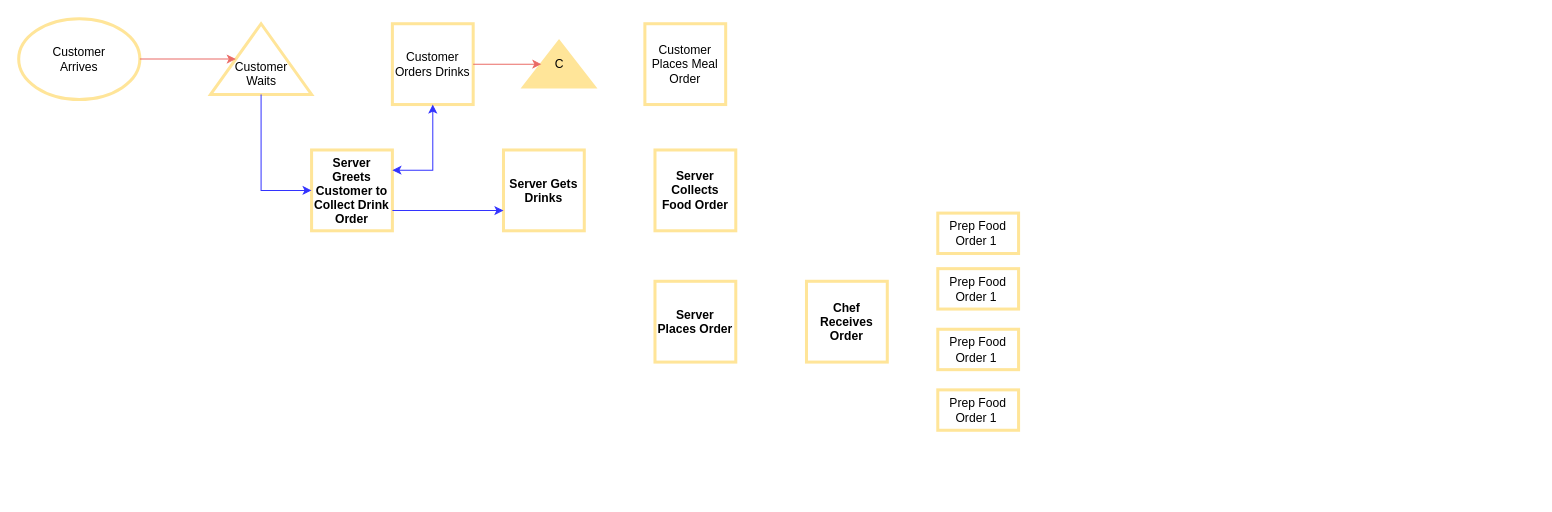
Earlier version of the draw.io diagram OliversDiner.drawio (FrankArchitect/MBA). Source tidied: cells renumbered, new cells numbered last; positions are measured from the earlier drawing's top-left corner, leaving out a move shared by most shapes. Both pictures are drawn from the tidied source at 101%, with x=0, y=0 at pixel (18, 18).
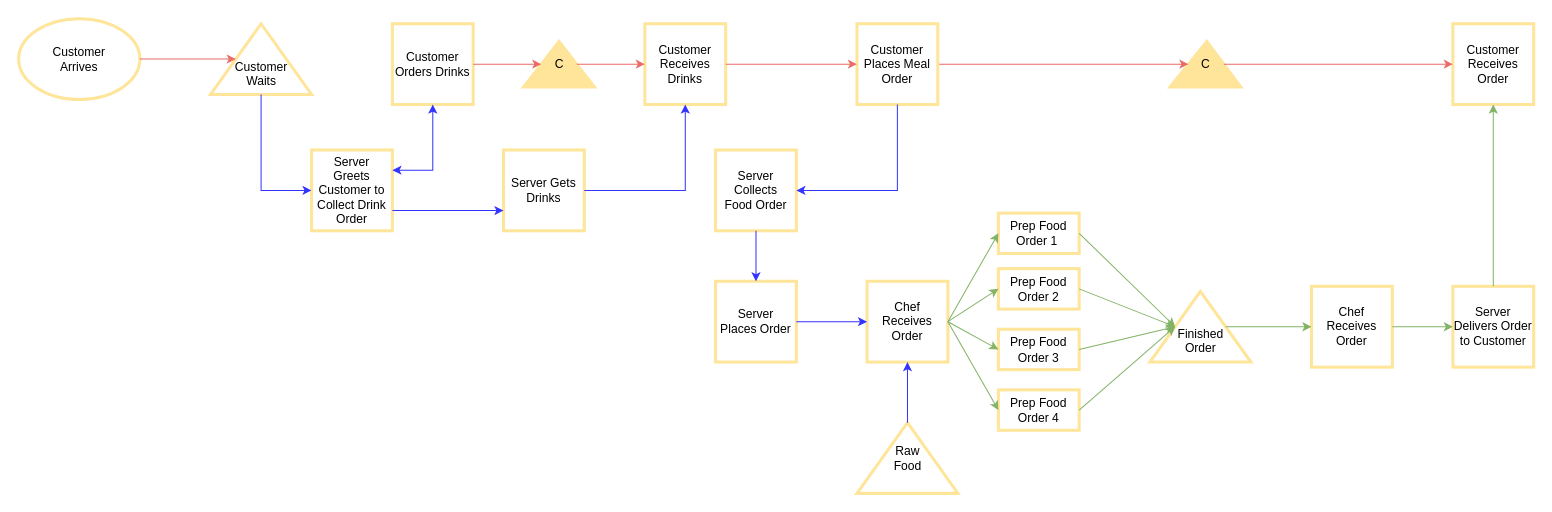
The same page after the edit.

Unchanged cells that the change refers to:
```xml
<mxCell id="5" value="Customer&lt;br&gt;Orders Drinks" style="whiteSpace=wrap;strokeColor=#FFE599;strokeWidth=3;html=1;" parent="1" vertex="1">
  <mxGeometry x="370" y="5" width="80" height="80" as="geometry" />
</mxCell>
```

The edit, as a diff of the source:
```diff
@@
-    <mxCell id="2" value="Customer&lt;br&gt;Arrives" style="ellipse;whiteSpace=wrap;html=1;strokeColor=#FFE599;strokeWidth=3;" parent="1" vertex="1">
+    <mxCell id="2" value="Customer&lt;br&gt;Arrives" style="ellipse;whiteSpace=wrap;strokeColor=#FFE599;strokeWidth=3;html=1;" parent="1" vertex="1">
       <mxGeometry width="120" height="80" as="geometry" />
     </mxCell>
-    <mxCell id="3" value="&lt;br&gt;&lt;br&gt;Customer&lt;br&gt;Waits" style="verticalLabelPosition=middle;verticalAlign=middle;html=1;shape=mxgraph.basic.acute_triangle;dx=0.5;strokeWidth=3;strokeColor=#FFE599;labelPosition=center;align=center;" parent="1" vertex="1">
+    <mxCell id="3" value="&lt;br&gt;&lt;br&gt;Customer&lt;br&gt;Waits" style="verticalLabelPosition=middle;verticalAlign=middle;shape=mxgraph.basic.acute_triangle;dx=0.5;strokeWidth=3;strokeColor=#FFE599;labelPosition=center;align=center;html=1;" parent="1" vertex="1">
       <mxGeometry x="190" y="5" width="100" height="70" as="geometry" />
     </mxCell>
-    <mxCell id="4" value="&lt;p style=&quot;line-height: normal ; margin: 0pt 0in ; text-indent: 0in ; direction: ltr ; unicode-bidi: embed ; vertical-align: baseline ; word-break: normal&quot;&gt;&lt;span style=&quot;font-size: 9pt ; font-family: &amp;#34;calibri&amp;#34; ; font-weight: bold ; vertical-align: baseline&quot;&gt;Server&lt;br/&gt;&lt;/span&gt;&lt;span style=&quot;font-size: 9pt ; font-family: &amp;#34;calibri&amp;#34; ; font-weight: bold&quot;&gt;Greets&lt;br/&gt;Customer to Collect Drink Order&lt;/span&gt;&lt;/p&gt;" style="whiteSpace=wrap;html=1;strokeColor=#FFE599;strokeWidth=3;" parent="1" vertex="1">
+    <mxCell id="4" value="Server&lt;br&gt;Greets&lt;br&gt;Customer to Collect Drink Order" style="whiteSpace=wrap;strokeColor=#FFE599;strokeWidth=3;html=1;" parent="1" vertex="1">
       <mxGeometry x="290" y="130" width="80" height="80" as="geometry" />
     </mxCell>
@@
-    <mxCell id="6" value="&lt;p style=&quot;line-height: normal ; margin: 0pt 0in ; text-indent: 0in ; direction: ltr ; unicode-bidi: embed ; vertical-align: baseline ; word-break: normal&quot;&gt;&lt;font face=&quot;calibri&quot;&gt;&lt;b&gt;Server Gets&lt;/b&gt;&lt;/font&gt;&lt;/p&gt;&lt;p style=&quot;line-height: normal ; margin: 0pt 0in ; text-indent: 0in ; direction: ltr ; unicode-bidi: embed ; vertical-align: baseline ; word-break: normal&quot;&gt;&lt;font face=&quot;calibri&quot;&gt;&lt;b&gt;Drinks&lt;/b&gt;&lt;/font&gt;&lt;/p&gt;" style="whiteSpace=wrap;html=1;strokeColor=#FFE599;strokeWidth=3;" parent="1" vertex="1">
+    <mxCell id="6" value="Server Gets&lt;br&gt;Drinks" style="whiteSpace=wrap;strokeColor=#FFE599;strokeWidth=3;html=1;" parent="1" vertex="1">
       <mxGeometry x="480" y="130" width="80" height="80" as="geometry" />
     </mxCell>
-    <mxCell id="7" style="endArrow=classic;html=1;rounded=0;strokeColor=#EA6B66;entryX=0;entryY=0;entryDx=25;entryDy=35;entryPerimeter=0;exitX=1;exitY=0.5;exitDx=0;exitDy=0;" parent="1" edge="1" source="2" target="3">
+    <mxCell id="7" style="endArrow=classic;rounded=0;strokeColor=#EA6B66;entryX=0;entryY=0;entryDx=25;entryDy=35;entryPerimeter=0;exitX=1;exitY=0.5;exitDx=0;exitDy=0;html=1;" parent="1" edge="1" source="2" target="3">
       <mxGeometry relative="1" as="geometry" />
     </mxCell>
-    <mxCell id="8" style="endArrow=classic;html=1;rounded=0;strokeColor=#3333FF;entryX=0;entryY=0.5;entryDx=0;entryDy=0;edgeStyle=orthogonalEdgeStyle;exitX=0.5;exitY=1;exitDx=0;exitDy=0;exitPerimeter=0;" parent="1" edge="1" source="3" target="4">
+    <mxCell id="8" style="endArrow=classic;rounded=0;strokeColor=#3333FF;entryX=0;entryY=0.5;entryDx=0;entryDy=0;edgeStyle=orthogonalEdgeStyle;exitX=0.5;exitY=1;exitDx=0;exitDy=0;exitPerimeter=0;html=1;" parent="1" edge="1" source="3" target="4">
       <mxGeometry relative="1" as="geometry" />
     </mxCell>
-    <mxCell id="9" style="endArrow=classic;html=1;rounded=0;strokeColor=#3333FF;entryX=1;entryY=0.25;entryDx=0;entryDy=0;edgeStyle=orthogonalEdgeStyle;exitX=0.5;exitY=1;exitDx=0;exitDy=0;startArrow=classic;startFill=1;" parent="1" edge="1" source="5" target="4">
+    <mxCell id="9" style="endArrow=classic;rounded=0;strokeColor=#3333FF;entryX=1;entryY=0.25;entryDx=0;entryDy=0;edgeStyle=orthogonalEdgeStyle;exitX=0.5;exitY=1;exitDx=0;exitDy=0;startArrow=classic;startFill=1;html=1;" parent="1" edge="1" source="5" target="4">
       <mxGeometry relative="1" as="geometry" />
     </mxCell>
-    <mxCell id="10" style="endArrow=classic;html=1;rounded=0;strokeColor=#3333FF;entryX=0;entryY=0.75;entryDx=0;entryDy=0;exitX=1;exitY=0.75;exitDx=0;exitDy=0;" parent="1" edge="1" source="4" target="6">
+    <mxCell id="10" style="endArrow=classic;rounded=0;strokeColor=#3333FF;entryX=0;entryY=0.75;entryDx=0;entryDy=0;exitX=1;exitY=0.75;exitDx=0;exitDy=0;html=1;" parent="1" edge="1" source="4" target="6">
       <mxGeometry relative="1" as="geometry" />
     </mxCell>
-    <mxCell id="11" value="C" style="verticalLabelPosition=middle;verticalAlign=middle;html=1;shape=mxgraph.basic.acute_triangle;dx=0.5;strokeWidth=3;strokeColor=#FFE599;labelPosition=center;align=center;fillColor=#FFE599;" parent="1" vertex="1">
+    <mxCell id="11" value="C" style="verticalLabelPosition=middle;verticalAlign=middle;shape=mxgraph.basic.acute_triangle;dx=0.5;strokeWidth=3;strokeColor=#FFE599;labelPosition=center;align=center;fillColor=#FFE599;html=1;" parent="1" vertex="1">
       <mxGeometry x="500" y="22.5" width="70" height="45" as="geometry" />
     </mxCell>
-    <mxCell id="12" style="endArrow=classic;html=1;rounded=0;strokeColor=#EA6B66;entryX=0;entryY=0;entryDx=17.5;entryDy=22.5;entryPerimeter=0;exitX=1;exitY=0.5;exitDx=0;exitDy=0;" parent="1" edge="1" source="5" target="11">
+    <mxCell id="12" style="endArrow=classic;rounded=0;strokeColor=#EA6B66;entryX=0;entryY=0;entryDx=17.5;entryDy=22.5;entryPerimeter=0;exitX=1;exitY=0.5;exitDx=0;exitDy=0;html=1;" parent="1" edge="1" source="5" target="11">
       <mxGeometry relative="1" as="geometry" />
     </mxCell>
-    <mxCell id="13" value="Customer&lt;br&gt;Places Meal Order" style="whiteSpace=wrap;strokeColor=#FFE599;strokeWidth=3;html=1;" parent="1" vertex="1">
+    <mxCell id="13" value="Customer&lt;br&gt;Receives Drinks" style="whiteSpace=wrap;strokeColor=#FFE599;strokeWidth=3;html=1;" parent="1" vertex="1">
       <mxGeometry x="620" y="5" width="80" height="80" as="geometry" />
     </mxCell>
-    <mxCell id="14" value="&lt;p style=&quot;margin-top: 0pt ; margin-bottom: 0pt ; margin-left: 0in ; direction: ltr ; unicode-bidi: embed ; vertical-align: baseline ; word-break: normal&quot;&gt;&lt;span style=&quot;font-size: 9pt ; font-family: &amp;#34;calibri&amp;#34; ; font-weight: bold ; vertical-align: baseline&quot;&gt;Server&lt;br/&gt;&lt;/span&gt;&lt;span style=&quot;font-size: 9pt ; font-family: &amp;#34;calibri&amp;#34; ; font-weight: bold&quot;&gt;Collects&lt;br/&gt;Food&amp;nbsp;Order&lt;/span&gt;&lt;/p&gt;" style="whiteSpace=wrap;strokeColor=#FFE599;strokeWidth=3;html=1;" parent="1" vertex="1">
-      <mxGeometry x="630" y="130" width="80" height="80" as="geometry" />
+    <mxCell id="14" value="Server&lt;br&gt;Collects&lt;br&gt;Food Order" style="whiteSpace=wrap;strokeColor=#FFE599;strokeWidth=3;html=1;" parent="1" vertex="1">
+      <mxGeometry x="690" y="130" width="80" height="80" as="geometry" />
     </mxCell>
-    <mxCell id="15" value="&lt;p style=&quot;line-height: normal ; margin: 0pt 0in ; text-indent: 0in ; direction: ltr ; unicode-bidi: embed ; vertical-align: baseline ; word-break: normal&quot;&gt;&lt;span style=&quot;font-size: 9pt ; font-family: &amp;#34;calibri&amp;#34; ; font-weight: bold ; vertical-align: baseline&quot;&gt;Server&lt;br/&gt;Places Order&lt;/span&gt;&lt;/p&gt;" style="whiteSpace=wrap;strokeColor=#FFE599;strokeWidth=3;html=1;" parent="1" vertex="1">
-      <mxGeometry x="630" y="260" width="80" height="80" as="geometry" />
+    <mxCell id="15" value="Server&lt;br&gt;Places Order" style="whiteSpace=wrap;strokeColor=#FFE599;strokeWidth=3;html=1;" parent="1" vertex="1">
+      <mxGeometry x="690" y="260" width="80" height="80" as="geometry" />
     </mxCell>
-    <mxCell id="16" value="&lt;p style=&quot;line-height: normal ; margin: 0pt 0in ; text-indent: 0in ; direction: ltr ; unicode-bidi: embed ; vertical-align: baseline ; word-break: normal&quot;&gt;&lt;span style=&quot;font-size: 9pt ; font-family: &amp;#34;calibri&amp;#34; ; font-weight: bold ; vertical-align: baseline&quot;&gt;Chef&lt;br/&gt;Receives Order&lt;/span&gt;&lt;/p&gt;" style="whiteSpace=wrap;strokeColor=#FFE599;strokeWidth=3;html=1;" parent="1" vertex="1">
-      <mxGeometry x="780" y="260" width="80" height="80" as="geometry" />
+    <mxCell id="16" value="Chef&lt;br&gt;Receives Order" style="whiteSpace=wrap;strokeColor=#FFE599;strokeWidth=3;html=1;" parent="1" vertex="1">
+      <mxGeometry x="840" y="260" width="80" height="80" as="geometry" />
     </mxCell>
     <mxCell id="17" value="Prep Food Order 1 " style="rounded=0;whiteSpace=wrap;strokeColor=#FFE599;strokeWidth=3;fillColor=none;html=1;" parent="1" vertex="1">
-      <mxGeometry x="910" y="192.5" width="80" height="40" as="geometry" />
+      <mxGeometry x="970" y="192.5" width="80" height="40" as="geometry" />
     </mxCell>
-    <mxCell id="18" value="Prep Food Order 1 " style="rounded=0;whiteSpace=wrap;strokeColor=#FFE599;strokeWidth=3;fillColor=none;html=1;" parent="1" vertex="1">
-      <mxGeometry x="910" y="247.5" width="80" height="40" as="geometry" />
+    <mxCell id="18" value="Prep Food Order 2" style="rounded=0;whiteSpace=wrap;strokeColor=#FFE599;strokeWidth=3;fillColor=none;html=1;" parent="1" vertex="1">
+      <mxGeometry x="970" y="247.5" width="80" height="40" as="geometry" />
     </mxCell>
-    <mxCell id="19" value="Prep Food Order 1 " style="rounded=0;whiteSpace=wrap;strokeColor=#FFE599;strokeWidth=3;fillColor=none;html=1;" parent="1" vertex="1">
-      <mxGeometry x="910" y="307.5" width="80" height="40" as="geometry" />
+    <mxCell id="19" value="Prep Food Order 3" style="rounded=0;whiteSpace=wrap;strokeColor=#FFE599;strokeWidth=3;fillColor=none;html=1;" parent="1" vertex="1">
+      <mxGeometry x="970" y="307.5" width="80" height="40" as="geometry" />
     </mxCell>
-    <mxCell id="20" value="Prep Food Order 1 " style="rounded=0;whiteSpace=wrap;strokeColor=#FFE599;strokeWidth=3;fillColor=none;html=1;" parent="1" vertex="1">
-      <mxGeometry x="910" y="367.5" width="80" height="40" as="geometry" />
+    <mxCell id="20" value="Prep Food Order 4" style="rounded=0;whiteSpace=wrap;strokeColor=#FFE599;strokeWidth=3;fillColor=none;html=1;" parent="1" vertex="1">
+      <mxGeometry x="970" y="367.5" width="80" height="40" as="geometry" />
     </mxCell>
+    <mxCell id="21" value="Raw&lt;br&gt;Food" style="verticalLabelPosition=middle;verticalAlign=middle;shape=mxgraph.basic.acute_triangle;dx=0.5;strokeWidth=3;strokeColor=#FFE599;labelPosition=center;align=center;html=1;" parent="1" vertex="1">
+      <mxGeometry x="830" y="400" width="100" height="70" as="geometry" />
+    </mxCell>
+    <mxCell id="22" value="&lt;br&gt;&lt;br&gt;Finished&lt;br&gt;Order" style="verticalLabelPosition=middle;verticalAlign=middle;shape=mxgraph.basic.acute_triangle;dx=0.5;strokeWidth=3;strokeColor=#FFE599;labelPosition=center;align=center;html=1;" parent="1" vertex="1">
+      <mxGeometry x="1120" y="270" width="100" height="70" as="geometry" />
+    </mxCell>
+    <mxCell id="23" value="Chef&lt;br&gt;Receives Order" style="whiteSpace=wrap;strokeColor=#FFE599;strokeWidth=3;html=1;" parent="1" vertex="1">
+      <mxGeometry x="1280" y="265" width="80" height="80" as="geometry" />
+    </mxCell>
+    <mxCell id="24" value="Server&lt;br&gt;Delivers Order to Customer" style="whiteSpace=wrap;strokeColor=#FFE599;strokeWidth=3;html=1;" parent="1" vertex="1">
+      <mxGeometry x="1420" y="265" width="80" height="80" as="geometry" />
+    </mxCell>
+    <mxCell id="25" style="endArrow=classic;rounded=0;strokeColor=#EA6B66;entryX=0;entryY=0.5;entryDx=0;entryDy=0;exitX=0;exitY=0;exitDx=52.5;exitDy=22.5;exitPerimeter=0;html=1;" parent="1" edge="1" source="11" target="13">
+      <mxGeometry relative="1" as="geometry" />
+    </mxCell>
+    <mxCell id="26" value="C" style="verticalLabelPosition=middle;verticalAlign=middle;shape=mxgraph.basic.acute_triangle;dx=0.52;strokeWidth=3;strokeColor=#FFE599;labelPosition=center;align=center;fillColor=#FFE599;html=1;" parent="1" vertex="1">
+      <mxGeometry x="1140" y="22.5" width="70" height="45" as="geometry" />
+    </mxCell>
+    <mxCell id="27" style="endArrow=classic;rounded=0;strokeColor=#EA6B66;entryX=0;entryY=0;entryDx=18.2;entryDy=22.5;entryPerimeter=0;exitX=1;exitY=0.5;exitDx=0;exitDy=0;html=1;" parent="1" edge="1" source="30" target="26">
+      <mxGeometry relative="1" as="geometry" />
+    </mxCell>
+    <mxCell id="28" value="Customer&lt;br&gt;Receives&lt;br&gt;Order" style="whiteSpace=wrap;strokeColor=#FFE599;strokeWidth=3;html=1;" parent="1" vertex="1">
+      <mxGeometry x="1420" y="5" width="80" height="80" as="geometry" />
+    </mxCell>
+    <mxCell id="29" style="endArrow=classic;rounded=0;strokeColor=#3333FF;entryX=0.5;entryY=1;entryDx=0;entryDy=0;edgeStyle=orthogonalEdgeStyle;exitX=1;exitY=0.5;exitDx=0;exitDy=0;html=1;" parent="1" edge="1" source="6" target="13">
+      <mxGeometry relative="1" as="geometry">
+        <Array as="points">
+          <mxPoint x="660" y="170" />
+        </Array>
+      </mxGeometry>
+    </mxCell>
+    <mxCell id="30" value="Customer&lt;br&gt;Places Meal Order" style="whiteSpace=wrap;strokeColor=#FFE599;strokeWidth=3;html=1;" parent="1" vertex="1">
+      <mxGeometry x="830" y="5" width="80" height="80" as="geometry" />
+    </mxCell>
+    <mxCell id="31" style="endArrow=classic;rounded=0;strokeColor=#EA6B66;entryX=0;entryY=0.5;entryDx=0;entryDy=0;exitX=1;exitY=0.5;exitDx=0;exitDy=0;html=1;" parent="1" edge="1" source="13" target="30">
+      <mxGeometry relative="1" as="geometry" />
+    </mxCell>
+    <mxCell id="32" style="endArrow=classic;rounded=0;strokeColor=#EA6B66;entryX=0;entryY=0.5;entryDx=0;entryDy=0;exitX=0;exitY=0;exitDx=53.2;exitDy=22.5;exitPerimeter=0;html=1;" parent="1" edge="1" source="26" target="28">
+      <mxGeometry relative="1" as="geometry" />
+    </mxCell>
+    <mxCell id="33" style="endArrow=classic;rounded=0;strokeColor=#3333FF;exitX=0.5;exitY=1;exitDx=0;exitDy=0;entryX=1;entryY=0.5;entryDx=0;entryDy=0;edgeStyle=orthogonalEdgeStyle;html=1;" parent="1" edge="1" source="30" target="14">
+      <mxGeometry relative="1" as="geometry" />
+    </mxCell>
+    <mxCell id="34" style="endArrow=classic;rounded=0;strokeColor=#3333FF;entryX=0.5;entryY=0;entryDx=0;entryDy=0;exitX=0.5;exitY=1;exitDx=0;exitDy=0;html=1;" parent="1" edge="1" source="14" target="15">
+      <mxGeometry relative="1" as="geometry" />
+    </mxCell>
+    <mxCell id="35" style="endArrow=classic;rounded=0;strokeColor=#3333FF;exitX=1;exitY=0.5;exitDx=0;exitDy=0;entryX=0;entryY=0.5;entryDx=0;entryDy=0;html=1;" parent="1" edge="1" source="15" target="16">
+      <mxGeometry relative="1" as="geometry" />
+    </mxCell>
+    <mxCell id="36" style="endArrow=classic;rounded=0;strokeColor=#3333FF;entryX=0.5;entryY=1;entryDx=0;entryDy=0;html=1;" parent="1" edge="1" source="21" target="16">
+      <mxGeometry relative="1" as="geometry" />
+    </mxCell>
+    <mxCell id="37" style="endArrow=classic;rounded=0;strokeColor=#82b366;exitX=1;exitY=0.5;exitDx=0;exitDy=0;entryX=0;entryY=0.5;entryDx=0;entryDy=0;fillColor=#d5e8d4;html=1;" parent="1" edge="1" source="16" target="17">
+      <mxGeometry relative="1" as="geometry" />
+    </mxCell>
+    <mxCell id="38" style="endArrow=classic;rounded=0;strokeColor=#82b366;entryX=0;entryY=0.5;entryDx=0;entryDy=0;fillColor=#d5e8d4;html=1;" parent="1" edge="1" target="18">
+      <mxGeometry relative="1" as="geometry">
+        <mxPoint x="920" y="300" as="sourcePoint" />
+      </mxGeometry>
+    </mxCell>
+    <mxCell id="39" style="endArrow=classic;rounded=0;strokeColor=#82b366;entryX=0;entryY=0.5;entryDx=0;entryDy=0;fillColor=#d5e8d4;html=1;" parent="1" edge="1" target="19">
+      <mxGeometry relative="1" as="geometry">
+        <mxPoint x="920" y="300" as="sourcePoint" />
+      </mxGeometry>
+    </mxCell>
+    <mxCell id="40" style="endArrow=classic;rounded=0;strokeColor=#82b366;entryX=0;entryY=0.5;entryDx=0;entryDy=0;fillColor=#d5e8d4;html=1;" parent="1" edge="1" target="20">
+      <mxGeometry relative="1" as="geometry">
+        <mxPoint x="920" y="300" as="sourcePoint" />
+      </mxGeometry>
+    </mxCell>
+    <mxCell id="41" style="endArrow=classic;rounded=0;strokeColor=#82b366;exitX=1;exitY=0.5;exitDx=0;exitDy=0;entryX=0;entryY=0;entryDx=25;entryDy=35;fillColor=#d5e8d4;entryPerimeter=0;html=1;" parent="1" edge="1" source="17" target="22">
+      <mxGeometry relative="1" as="geometry" />
+    </mxCell>
+    <mxCell id="42" style="edgeStyle=orthogonalEdgeStyle;rounded=0;orthogonalLoop=1;jettySize=auto;exitX=0.5;exitY=1;exitDx=0;exitDy=0;exitPerimeter=0;startArrow=none;startFill=0;endArrow=none;endFill=0;strokeColor=#3333FF;html=1;" parent="1" edge="1" source="22" target="22">
+      <mxGeometry relative="1" as="geometry" />
+    </mxCell>
+    <mxCell id="43" style="endArrow=classic;rounded=0;strokeColor=#82b366;exitX=1;exitY=0.5;exitDx=0;exitDy=0;entryX=0;entryY=0;entryDx=25;entryDy=35;fillColor=#d5e8d4;entryPerimeter=0;html=1;" parent="1" edge="1" source="18" target="22">
+      <mxGeometry relative="1" as="geometry" />
+    </mxCell>
+    <mxCell id="44" style="endArrow=classic;rounded=0;strokeColor=#82b366;exitX=1;exitY=0.5;exitDx=0;exitDy=0;entryX=0;entryY=0;entryDx=25;entryDy=35;fillColor=#d5e8d4;entryPerimeter=0;html=1;" parent="1" edge="1" source="19" target="22">
+      <mxGeometry relative="1" as="geometry" />
+    </mxCell>
+    <mxCell id="45" style="endArrow=classic;rounded=0;strokeColor=#82b366;exitX=1;exitY=0.5;exitDx=0;exitDy=0;entryX=0;entryY=0;entryDx=25;entryDy=35;fillColor=#d5e8d4;entryPerimeter=0;html=1;" parent="1" edge="1" source="20" target="22">
+      <mxGeometry relative="1" as="geometry" />
+    </mxCell>
+    <mxCell id="46" style="endArrow=classic;rounded=0;strokeColor=#82b366;exitX=0;exitY=0;exitDx=75;exitDy=35;entryX=0;entryY=0.5;entryDx=0;entryDy=0;fillColor=#d5e8d4;exitPerimeter=0;html=1;" parent="1" edge="1" source="22" target="23">
+      <mxGeometry relative="1" as="geometry" />
+    </mxCell>
+    <mxCell id="47" style="endArrow=classic;rounded=0;strokeColor=#82b366;exitX=1;exitY=0.5;exitDx=0;exitDy=0;entryX=0;entryY=0.5;entryDx=0;entryDy=0;fillColor=#d5e8d4;html=1;" parent="1" edge="1" source="23" target="24">
+      <mxGeometry relative="1" as="geometry" />
+    </mxCell>
+    <mxCell id="48" style="endArrow=classic;rounded=0;strokeColor=#82b366;exitX=0.5;exitY=0;exitDx=0;exitDy=0;entryX=0.5;entryY=1;entryDx=0;entryDy=0;fillColor=#d5e8d4;html=1;" parent="1" edge="1" source="24" target="28">
+      <mxGeometry relative="1" as="geometry" />
+    </mxCell>
```
